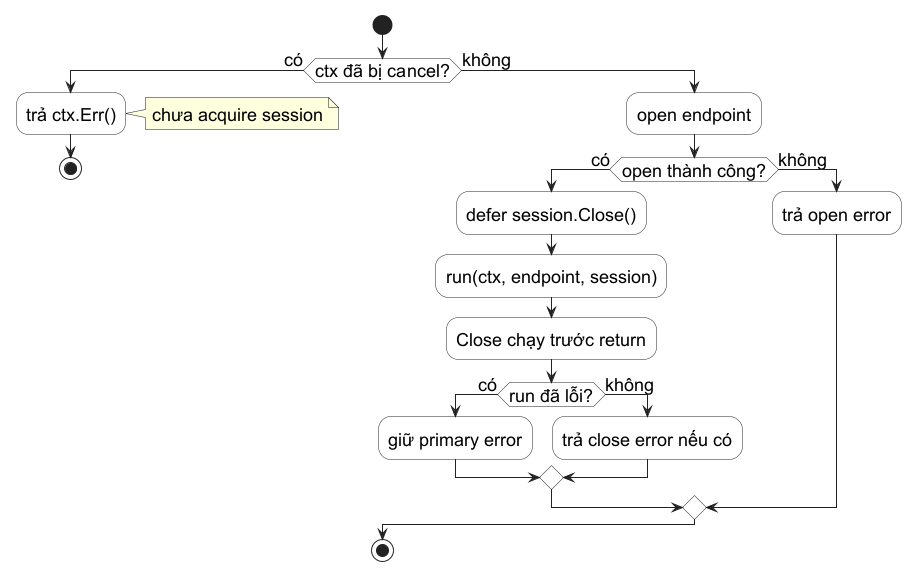
Before: assets/diagrams/cancellation-cleanup-trace.png, a diagram exported from PlantUML (Minhlike/Golang). Source of this version:
```plantuml
@startuml
skinparam backgroundColor #FFFFFF
skinparam defaultFontName "Source Sans 3"
skinparam defaultFontSize 18
skinparam shadowing false
skinparam activity {
  BackgroundColor #FFFFFF
  BorderColor #222222
  FontColor #000000
}
skinparam ArrowColor #222222

start
if (ctx đã bị cancel?) then (có)
  :trả ctx.Err();
  note right: chưa acquire session
  stop
else (không)
  :open endpoint;
  if (open thành công?) then (có)
    :defer session.Close();
    :run(ctx, endpoint, session);
    :Close chạy trước return;
    if (run đã lỗi?) then (có)
      :giữ primary error;
    else (không)
      :trả close error nếu có;
    endif
  else (không)
    :trả open error;
  endif
endif
stop
@enduml
```
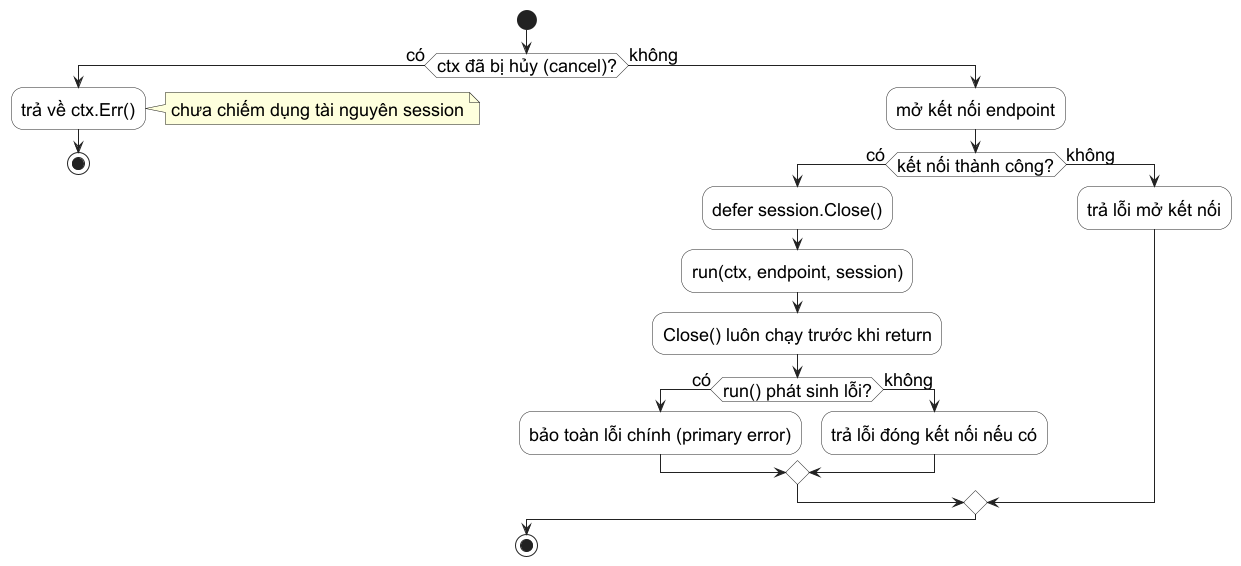
The same diagram one commit later.

What changed in the source:
```diff
@@ -11,23 +11,23 @@
 skinparam ArrowColor #222222
 
 start
-if (ctx đã bị cancel?) then (có)
-  :trả ctx.Err();
-  note right: chưa acquire session
+if (ctx đã bị hủy (cancel)?) then (có)
+  :trả về ctx.Err();
+  note right: chưa chiếm dụng tài nguyên session
   stop
 else (không)
-  :open endpoint;
-  if (open thành công?) then (có)
+  :mở kết nối endpoint;
+  if (kết nối thành công?) then (có)
     :defer session.Close();
     :run(ctx, endpoint, session);
-    :Close chạy trước return;
-    if (run đã lỗi?) then (có)
-      :giữ primary error;
+    :Close() luôn chạy trước khi return;
+    if (run() phát sinh lỗi?) then (có)
+      :bảo toàn lỗi chính (primary error);
     else (không)
-      :trả close error nếu có;
+      :trả lỗi đóng kết nối nếu có;
     endif
   else (không)
-    :trả open error;
+    :trả lỗi mở kết nối;
   endif
 endif
 stop
```
